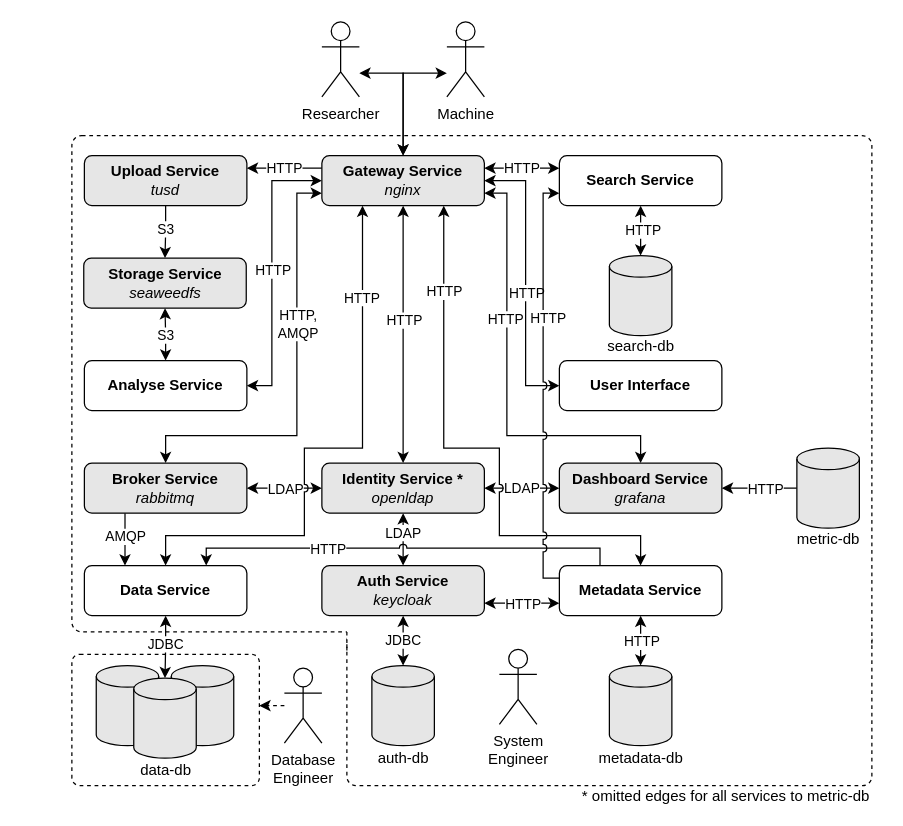
Above: page "docker-compose" (1 of 9) of .docs/images/architecture.drawio in DBRepo-Project/dbrepo (draw.io), before the change. Source tidied: cells renumbered, new cells numbered last; positions are measured from the earlier drawing's top-left corner, leaving out a move shared by most shapes. Both pictures are drawn from the tidied source at 125%, with x=0, y=0 at pixel (71, 21).
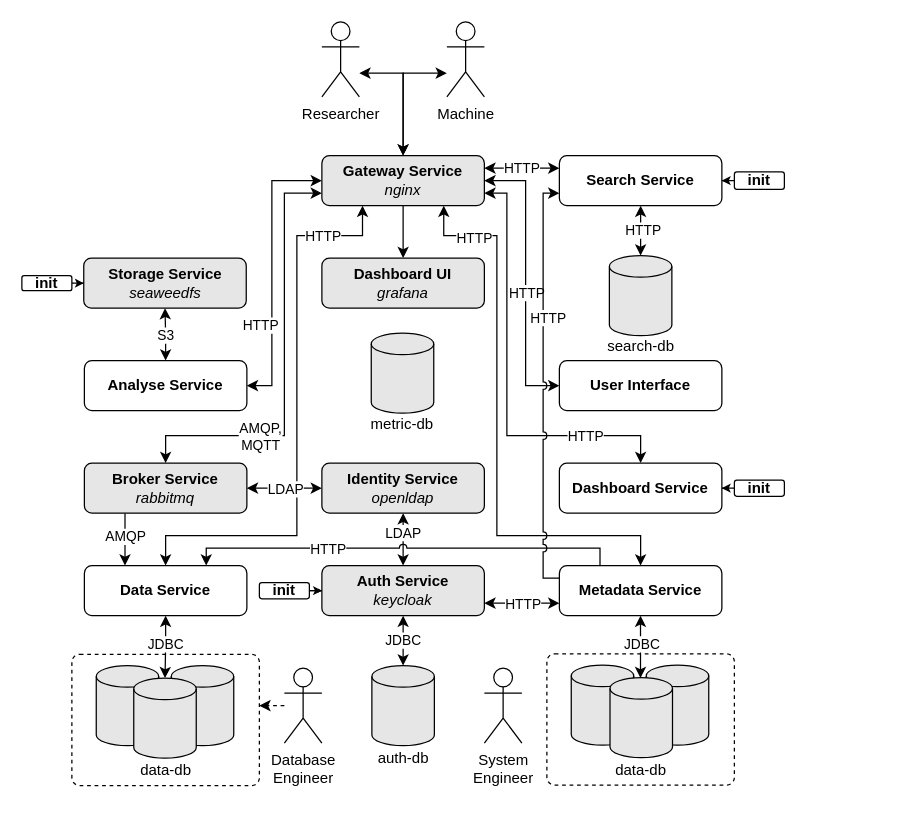
The same page after the edit.

The change refers to these unchanged cells:
```xml
<mxCell id="3" style="edgeStyle=orthogonalEdgeStyle;rounded=0;jettySize=auto;html=1;exitX=1;exitY=0.75;exitDx=0;exitDy=0;entryX=0.5;entryY=0;entryDx=0;entryDy=0;startArrow=classic;startFill=1;endArrow=classic;endFill=1;" parent="1" edge="1" source="45" target="34">
  <mxGeometry relative="1" as="geometry">
    <Array as="points">
      <mxPoint x="348" y="137" />
      <mxPoint x="348" y="331" />
      <mxPoint x="455" y="331" />
    </Array>
  </mxGeometry>
</mxCell>
<mxCell id="11" value="Data Service" style="rounded=1;whiteSpace=wrap;html=1;fontStyle=1;" parent="1" vertex="1">
  <mxGeometry x="10" y="435" width="130" height="40" as="geometry" />
</mxCell>
<mxCell id="18" value="&lt;b&gt;Broker Service&lt;/b&gt;&lt;div&gt;&lt;i&gt;rabbitmq&lt;/i&gt;&lt;/div&gt;" style="rounded=1;whiteSpace=wrap;html=1;fillColor=#E6E6E6;fontColor=#000000;strokeColor=#000000;" parent="1" vertex="1">
  <mxGeometry x="10" y="353" width="130" height="40" as="geometry" />
</mxCell>
<mxCell id="27" value="Metadata Service" style="rounded=1;whiteSpace=wrap;html=1;fontStyle=1;" parent="1" vertex="1">
  <mxGeometry x="390" y="435" width="130" height="40" as="geometry" />
</mxCell>
<mxCell id="43" style="edgeStyle=orthogonalEdgeStyle;rounded=0;jettySize=auto;html=1;exitX=0;exitY=0.5;exitDx=0;exitDy=0;entryX=1;entryY=0.5;entryDx=0;entryDy=0;startArrow=classic;startFill=1;" parent="1" edge="1" source="45" target="49">
  <mxGeometry relative="1" as="geometry">
    <Array as="points">
      <mxPoint x="160" y="127" />
      <mxPoint x="160" y="291" />
    </Array>
  </mxGeometry>
</mxCell>
<mxCell id="45" value="&lt;b&gt;Gateway Service&lt;/b&gt;&lt;div&gt;&lt;i&gt;nginx&lt;/i&gt;&lt;/div&gt;" style="rounded=1;whiteSpace=wrap;html=1;fillColor=#E6E6E6;fontColor=#000000;strokeColor=#000000;" parent="1" vertex="1">
  <mxGeometry x="200" y="107" width="130" height="40" as="geometry" />
</mxCell>
```

Diff of the diagram source:
```diff
@@
-    <mxCell id="2" style="rounded=1;whiteSpace=wrap;html=1;fillColor=none;dashed=1;arcSize=2;" parent="1" vertex="1">
-      <mxGeometry y="91" width="640" height="397" as="geometry" />
-    </mxCell>
+    <mxCell id="82" style="rounded=1;whiteSpace=wrap;html=1;fillColor=none;dashed=1;arcSize=6;" parent="1" vertex="1">
+      <mxGeometry x="380" y="505.6" width="150" height="105" as="geometry" />
+    </mxCell>
+    <mxCell id="23" style="edgeStyle=orthogonalEdgeStyle;rounded=0;jettySize=auto;html=1;exitX=0.5;exitY=0;exitDx=0;exitDy=0;entryX=0.75;entryY=1;entryDx=0;entryDy=0;jumpStyle=arc;startArrow=classic;startFill=1;" parent="1" edge="1" source="27" target="45">
+      <mxGeometry relative="1" as="geometry">
+        <Array as="points">
+          <mxPoint x="455" y="411" />
+          <mxPoint x="340" y="411" />
+          <mxPoint x="340" y="171" />
+          <mxPoint x="298" y="171" />
+        </Array>
+      </mxGeometry>
+    </mxCell>
+    <mxCell id="24" value="HTTP" style="edgeLabel;html=1;align=center;verticalAlign=middle;" parent="23" vertex="1">
+      <mxGeometry x="0.7" y="1" relative="1" as="geometry">
+        <mxPoint x="-19" as="offset" />
+      </mxGeometry>
+    </mxCell>
+    <mxCell id="69" style="edgeStyle=orthogonalEdgeStyle;rounded=0;jettySize=auto;html=1;exitX=0.5;exitY=0;exitDx=0;exitDy=0;entryX=0.25;entryY=1;entryDx=0;entryDy=0;jumpStyle=arc;startArrow=classic;startFill=1;" parent="1" edge="1" source="11" target="45">
+      <mxGeometry relative="1" as="geometry">
+        <Array as="points">
+          <mxPoint x="75" y="411" />
+          <mxPoint x="180" y="411" />
+          <mxPoint x="180" y="171" />
+          <mxPoint x="233" y="171" />
+        </Array>
+      </mxGeometry>
+    </mxCell>
+    <mxCell id="70" value="HTTP" style="edgeLabel;html=1;align=center;verticalAlign=middle;" parent="69" vertex="1">
+      <mxGeometry x="0.67" relative="1" as="geometry">
+        <mxPoint x="17" as="offset" />
+      </mxGeometry>
+    </mxCell>
@@
     <mxCell id="5" value="HTTP" style="edgeLabel;html=1;align=center;verticalAlign=middle;" parent="3" vertex="1">
       <mxGeometry x="-0.37" relative="1" as="geometry">
-        <mxPoint x="-2" y="11" as="offset" />
+        <mxPoint x="62" y="105" as="offset" />
       </mxGeometry>
     </mxCell>
-    <mxCell id="6" style="rounded=1;whiteSpace=wrap;html=1;fillColor=none;dashed=1;arcSize=6;" parent="1" vertex="1">
-      <mxGeometry x="220" y="488" width="420" height="123" as="geometry" />
-    </mxCell>
@@
     <mxCell id="16" style="edgeStyle=orthogonalEdgeStyle;rounded=0;jettySize=auto;html=1;exitX=0.5;exitY=0;exitDx=0;exitDy=0;entryX=0;entryY=0.75;entryDx=0;entryDy=0;startArrow=classic;startFill=1;" parent="1" edge="1" source="18" target="45">
       <mxGeometry relative="1" as="geometry">
         <Array as="points">
           <mxPoint x="75" y="331" />
-          <mxPoint x="180" y="331" />
-          <mxPoint x="180" y="137" />
+          <mxPoint x="170" y="331" />
+          <mxPoint x="170" y="137" />
         </Array>
       </mxGeometry>
     </mxCell>
-    <mxCell id="17" value="HTTP,&lt;div&gt;AMQP&lt;/div&gt;" style="edgeLabel;html=1;align=center;verticalAlign=middle;" parent="16" vertex="1">
+    <mxCell id="17" value="&lt;div&gt;AMQP,&lt;br&gt;MQTT&lt;/div&gt;" style="edgeLabel;html=1;align=center;verticalAlign=middle;" parent="16" vertex="1">
       <mxGeometry x="-0.18" y="2" relative="1" as="geometry">
-        <mxPoint x="2" y="-77" as="offset" />
+        <mxPoint x="-18" y="23" as="offset" />
       </mxGeometry>
     </mxCell>
@@
-    <mxCell id="19" value="LDAP" style="edgeStyle=orthogonalEdgeStyle;rounded=0;jettySize=auto;html=1;exitX=1;exitY=0.5;exitDx=0;exitDy=0;entryX=0;entryY=0.5;entryDx=0;entryDy=0;startArrow=classic;startFill=1;" parent="1" edge="1" source="22" target="34">
-      <mxGeometry relative="1" as="geometry" />
-    </mxCell>
-    <mxCell id="20" style="edgeStyle=orthogonalEdgeStyle;rounded=0;jettySize=auto;html=1;exitX=0.5;exitY=0;exitDx=0;exitDy=0;entryX=0.5;entryY=1;entryDx=0;entryDy=0;startArrow=classic;startFill=1;" parent="1" edge="1" source="22" target="45">
-      <mxGeometry relative="1" as="geometry" />
-    </mxCell>
-    <mxCell id="21" value="HTTP" style="edgeLabel;html=1;align=center;verticalAlign=middle;" parent="20" vertex="1">
-      <mxGeometry x="0.12" relative="1" as="geometry" />
-    </mxCell>
-    <mxCell id="22" value="&lt;b&gt;Identity Service *&lt;/b&gt;&lt;div&gt;&lt;i&gt;openldap&lt;/i&gt;&lt;/div&gt;" style="rounded=1;whiteSpace=wrap;html=1;fillColor=#E6E6E6;fontColor=#000000;strokeColor=#000000;" parent="1" vertex="1">
+    <mxCell id="22" value="&lt;b&gt;Identity Service&lt;/b&gt;&lt;div&gt;&lt;i&gt;openldap&lt;/i&gt;&lt;/div&gt;" style="rounded=1;whiteSpace=wrap;html=1;fillColor=#E6E6E6;fontColor=#000000;strokeColor=#000000;" parent="1" vertex="1">
       <mxGeometry x="200" y="353" width="130" height="40" as="geometry" />
     </mxCell>
-    <mxCell id="23" style="edgeStyle=orthogonalEdgeStyle;rounded=0;jettySize=auto;html=1;exitX=0.5;exitY=0;exitDx=0;exitDy=0;entryX=0.75;entryY=1;entryDx=0;entryDy=0;jumpStyle=arc;startArrow=classic;startFill=1;" parent="1" edge="1" source="27" target="45">
-      <mxGeometry relative="1" as="geometry">
-        <Array as="points">
-          <mxPoint x="455" y="411" />
-          <mxPoint x="342" y="411" />
-          <mxPoint x="342" y="341" />
-          <mxPoint x="297" y="341" />
-        </Array>
-      </mxGeometry>
-    </mxCell>
-    <mxCell id="24" value="HTTP" style="edgeLabel;html=1;align=center;verticalAlign=middle;" parent="23" vertex="1">
-      <mxGeometry x="0.7" y="1" relative="1" as="geometry">
-        <mxPoint x="1" y="2" as="offset" />
-      </mxGeometry>
-    </mxCell>
@@
-    <mxCell id="30" value="&lt;b&gt;Auth Service&lt;/b&gt;&lt;br&gt;&lt;i&gt;keycloak&lt;/i&gt;" style="rounded=1;whiteSpace=wrap;html=1;fillColor=#E6E6E6;fontColor=#000000;strokeColor=#000000;" parent="1" vertex="1">
-      <mxGeometry x="200" y="435" width="130" height="40" as="geometry" />
-    </mxCell>
-    <mxCell id="31" value="Search Service" style="rounded=1;whiteSpace=wrap;html=1;fontStyle=1;" parent="1" vertex="1">
-      <mxGeometry x="390" y="107" width="130" height="40" as="geometry" />
-    </mxCell>
@@
-    <mxCell id="34" value="&lt;b&gt;Dashboard Service&lt;/b&gt;&lt;div&gt;&lt;i&gt;grafana&lt;/i&gt;&lt;/div&gt;" style="rounded=1;whiteSpace=wrap;html=1;fillColor=#E6E6E6;fontColor=#000000;strokeColor=#000000;" parent="1" vertex="1">
-      <mxGeometry x="390" y="353" width="130" height="40" as="geometry" />
-    </mxCell>
-    <mxCell id="35" style="edgeStyle=orthogonalEdgeStyle;rounded=0;jettySize=auto;html=1;exitX=0.5;exitY=1;exitDx=0;exitDy=0;entryX=0.5;entryY=0;entryDx=0;entryDy=0;" parent="1" edge="1" source="50" target="46">
-      <mxGeometry relative="1" as="geometry" />
-    </mxCell>
-    <mxCell id="36" value="S3" style="edgeLabel;html=1;align=center;verticalAlign=middle;" parent="35" vertex="1">
-      <mxGeometry x="0.3" y="-3" relative="1" as="geometry">
-        <mxPoint x="3" y="-9" as="offset" />
-      </mxGeometry>
-    </mxCell>
@@
-    <mxCell id="39" style="shape=cylinder3;whiteSpace=wrap;html=1;boundedLbl=1;backgroundOutline=1;size=8.600000000000023;fillColor=#E6E6E6;strokeColor=#000000;" parent="1" vertex="1">
-      <mxGeometry x="430" y="515" width="50" height="64" as="geometry" />
-    </mxCell>
-    <mxCell id="40" value="metadata-db" style="text;html=1;strokeColor=none;fillColor=default;align=center;verticalAlign=middle;whiteSpace=wrap;rounded=0;spacing=-1;" parent="1" vertex="1">
-      <mxGeometry x="412.5" y="580" width="85" height="17" as="geometry" />
-    </mxCell>
@@
-    <mxCell id="42" value="HTTP" style="edgeStyle=orthogonalEdgeStyle;rounded=0;jettySize=auto;html=1;exitX=0;exitY=0.25;exitDx=0;exitDy=0;entryX=1;entryY=0.25;entryDx=0;entryDy=0;" parent="1" edge="1" source="45" target="50">
-      <mxGeometry relative="1" as="geometry">
-        <Array as="points">
-          <mxPoint x="170" y="117" />
-          <mxPoint x="170" y="117" />
-        </Array>
-      </mxGeometry>
-    </mxCell>
@@
     <mxCell id="44" value="HTTP" style="edgeLabel;html=1;align=center;verticalAlign=middle;" parent="43" vertex="1">
       <mxGeometry x="0.56" y="-1" relative="1" as="geometry">
-        <mxPoint x="1" y="-64" as="offset" />
+        <mxPoint x="-9" y="-20" as="offset" />
       </mxGeometry>
     </mxCell>
+    <mxCell id="83" style="edgeStyle=orthogonalEdgeStyle;rounded=0;jettySize=auto;html=1;exitX=0.5;exitY=1;exitDx=0;exitDy=0;entryX=0.5;entryY=0;entryDx=0;entryDy=0;" parent="1" edge="1" source="45" target="90">
+      <mxGeometry relative="1" as="geometry" />
+    </mxCell>
@@
-    <mxCell id="46" value="&lt;b&gt;Storage Service&lt;/b&gt;&lt;div&gt;&lt;i&gt;seaweedfs&lt;/i&gt;&lt;/div&gt;" style="rounded=1;whiteSpace=wrap;html=1;fillColor=#E6E6E6;fontColor=#000000;strokeColor=#000000;" parent="1" vertex="1">
-      <mxGeometry x="9.5" y="189" width="130" height="40" as="geometry" />
-    </mxCell>
@@
-    <mxCell id="50" value="&lt;b&gt;Upload Service&lt;/b&gt;&lt;div&gt;&lt;i&gt;tusd&lt;/i&gt;&lt;/div&gt;" style="rounded=1;whiteSpace=wrap;html=1;fillColor=#E6E6E6;fontColor=#000000;strokeColor=#000000;" parent="1" vertex="1">
-      <mxGeometry x="10" y="107" width="130" height="40" as="geometry" />
-    </mxCell>
@@
-    <mxCell id="56" style="rounded=0;whiteSpace=wrap;html=1;strokeColor=none;" parent="1" vertex="1">
-      <mxGeometry x="220" y="481" width="420" height="14" as="geometry" />
-    </mxCell>
-    <mxCell id="57" style="edgeStyle=orthogonalEdgeStyle;rounded=0;jettySize=auto;html=1;exitX=0.5;exitY=1;exitDx=0;exitDy=0;entryX=0.5;entryY=0;entryDx=0;entryDy=0;entryPerimeter=0;startArrow=classic;startFill=1;" parent="1" edge="1" source="27" target="39">
-      <mxGeometry relative="1" as="geometry" />
-    </mxCell>
-    <mxCell id="58" value="HTTP" style="edgeLabel;html=1;align=center;verticalAlign=middle;" parent="57" vertex="1">
-      <mxGeometry x="-0.02" y="-1" relative="1" as="geometry">
-        <mxPoint x="1" as="offset" />
-      </mxGeometry>
-    </mxCell>
@@
     <mxCell id="60" value="System&lt;div&gt;Engineer&lt;/div&gt;" style="shape=umlActor;verticalLabelPosition=bottom;verticalAlign=top;html=1;" parent="1" vertex="1">
-      <mxGeometry x="342" y="502" width="30" height="60" as="geometry" />
+      <mxGeometry x="330" y="517" width="30" height="60" as="geometry" />
     </mxCell>
@@
-    <mxCell id="69" style="edgeStyle=orthogonalEdgeStyle;rounded=0;jettySize=auto;html=1;exitX=0.5;exitY=0;exitDx=0;exitDy=0;entryX=0.25;entryY=1;entryDx=0;entryDy=0;jumpStyle=arc;startArrow=classic;startFill=1;" parent="1" edge="1" source="11" target="45">
-      <mxGeometry relative="1" as="geometry">
-        <Array as="points">
-          <mxPoint x="75" y="411" />
-          <mxPoint x="186" y="411" />
-          <mxPoint x="186" y="341" />
-          <mxPoint x="233" y="341" />
-        </Array>
-      </mxGeometry>
-    </mxCell>
-    <mxCell id="70" value="HTTP" style="edgeLabel;html=1;align=center;verticalAlign=middle;" parent="69" vertex="1">
-      <mxGeometry x="0.67" relative="1" as="geometry">
-        <mxPoint x="-1" as="offset" />
-      </mxGeometry>
-    </mxCell>
-    <mxCell id="71" style="endArrow=none;dashed=1;html=1;rounded=0;entryX=1;entryY=0.976;entryDx=0;entryDy=0;entryPerimeter=0;exitX=1;exitY=0.076;exitDx=0;exitDy=0;exitPerimeter=0;" parent="1" edge="1" source="6" target="2">
-      <mxGeometry relative="1" as="geometry" />
-    </mxCell>
-    <mxCell id="72" style="endArrow=none;dashed=1;html=1;rounded=0;entryX=0;entryY=0.5;entryDx=0;entryDy=0;exitX=0;exitY=0.121;exitDx=0;exitDy=0;exitPerimeter=0;" parent="1" edge="1" source="6" target="56">
-      <mxGeometry relative="1" as="geometry" />
-    </mxCell>
@@
-    <mxCell id="77" style="edgeStyle=orthogonalEdgeStyle;rounded=0;jettySize=auto;html=1;entryX=1;entryY=0.5;entryDx=0;entryDy=0;" parent="1" edge="1" source="79" target="34">
-      <mxGeometry relative="1" as="geometry" />
-    </mxCell>
-    <mxCell id="78" value="HTTP" style="edgeLabel;html=1;align=center;verticalAlign=middle;" parent="77" vertex="1">
-      <mxGeometry x="-0.12" relative="1" as="geometry" />
-    </mxCell>
     <mxCell id="79" style="shape=cylinder3;whiteSpace=wrap;html=1;boundedLbl=1;backgroundOutline=1;size=8.600000000000023;fillColor=#E6E6E6;strokeColor=#000000;" parent="1" vertex="1">
-      <mxGeometry x="580" y="341" width="50" height="64" as="geometry" />
+      <mxGeometry x="239.5" y="249" width="50" height="64" as="geometry" />
     </mxCell>
     <mxCell id="80" value="metric-db" style="text;html=1;strokeColor=none;fillColor=none;align=center;verticalAlign=middle;whiteSpace=wrap;rounded=0;spacing=-1;" parent="1" vertex="1">
-      <mxGeometry x="562.5" y="405" width="85" height="17" as="geometry" />
+      <mxGeometry x="222" y="313" width="85" height="17" as="geometry" />
     </mxCell>
-    <mxCell id="81" value="* omitted edges for all services to metric-db" style="text;html=1;align=center;verticalAlign=middle;whiteSpace=wrap;rounded=0;" parent="1" vertex="1">
-      <mxGeometry x="407" y="614" width="233" height="11" as="geometry" />
-    </mxCell>
+    <mxCell id="84" style="edgeStyle=orthogonalEdgeStyle;rounded=0;jettySize=auto;html=1;entryX=1;entryY=0.5;entryDx=0;entryDy=0;endSize=4;" parent="1" edge="1" source="85" target="31">
+      <mxGeometry relative="1" as="geometry" />
+    </mxCell>
+    <mxCell id="85" value="init" style="rounded=1;whiteSpace=wrap;html=1;fontStyle=1;" parent="1" vertex="1">
+      <mxGeometry x="530" y="120" width="40" height="14" as="geometry" />
+    </mxCell>
+    <mxCell id="86" style="edgeStyle=orthogonalEdgeStyle;rounded=0;jettySize=auto;html=1;entryX=1;entryY=0.5;entryDx=0;entryDy=0;endSize=4;" parent="1" edge="1" source="87" target="34">
+      <mxGeometry relative="1" as="geometry" />
+    </mxCell>
+    <mxCell id="87" value="init" style="rounded=1;whiteSpace=wrap;html=1;fontStyle=1;" parent="1" vertex="1">
+      <mxGeometry x="530" y="366.5" width="40" height="13" as="geometry" />
+    </mxCell>
+    <mxCell id="88" style="edgeStyle=orthogonalEdgeStyle;rounded=0;jettySize=auto;html=1;entryX=0;entryY=0.5;entryDx=0;entryDy=0;endSize=4;" parent="1" edge="1" source="89" target="46">
+      <mxGeometry relative="1" as="geometry" />
+    </mxCell>
+    <mxCell id="89" value="init" style="rounded=1;whiteSpace=wrap;html=1;fontStyle=1;" parent="1" vertex="1">
+      <mxGeometry x="-40" y="203" width="40" height="12" as="geometry" />
+    </mxCell>
+    <mxCell id="90" value="&lt;b&gt;Dashboard UI&lt;/b&gt;&lt;div&gt;&lt;i&gt;grafana&lt;/i&gt;&lt;/div&gt;" style="rounded=1;whiteSpace=wrap;html=1;fillColor=#E6E6E6;fontColor=#000000;strokeColor=#000000;" parent="1" vertex="1">
+      <mxGeometry x="200" y="189" width="130" height="40" as="geometry" />
+    </mxCell>
+    <mxCell id="91" style="edgeStyle=orthogonalEdgeStyle;rounded=0;jettySize=auto;html=1;entryX=0;entryY=0.5;entryDx=0;entryDy=0;endSize=4;" parent="1" edge="1" source="93" target="30">
+      <mxGeometry relative="1" as="geometry" />
+    </mxCell>
+    <mxCell id="92" style="edgeStyle=orthogonalEdgeStyle;rounded=0;jettySize=auto;html=1;endSize=0;startSize=0;jumpSize=3;" parent="1" edge="1" source="93" target="30">
+      <mxGeometry relative="1" as="geometry" />
+    </mxCell>
+    <mxCell id="93" value="init" style="rounded=1;whiteSpace=wrap;html=1;fontStyle=1;" parent="1" vertex="1">
+      <mxGeometry x="150" y="448.5" width="40" height="13" as="geometry" />
+    </mxCell>
+    <mxCell id="30" value="&lt;b&gt;Auth Service&lt;/b&gt;&lt;br&gt;&lt;i&gt;keycloak&lt;/i&gt;" style="rounded=1;whiteSpace=wrap;html=1;fillColor=#E6E6E6;fontColor=#000000;strokeColor=#000000;" parent="1" vertex="1">
+      <mxGeometry x="200" y="435" width="130" height="40" as="geometry" />
+    </mxCell>
+    <mxCell id="46" value="&lt;b&gt;Storage Service&lt;/b&gt;&lt;div&gt;&lt;i&gt;seaweedfs&lt;/i&gt;&lt;/div&gt;" style="rounded=1;whiteSpace=wrap;html=1;fillColor=#E6E6E6;fontColor=#000000;strokeColor=#000000;" parent="1" vertex="1">
+      <mxGeometry x="9.5" y="189" width="130" height="40" as="geometry" />
+    </mxCell>
+    <mxCell id="31" value="Search Service" style="rounded=1;whiteSpace=wrap;html=1;fontStyle=1;" parent="1" vertex="1">
+      <mxGeometry x="390" y="107" width="130" height="40" as="geometry" />
+    </mxCell>
+    <mxCell id="34" value="&lt;b&gt;Dashboard Service&lt;/b&gt;" style="rounded=1;whiteSpace=wrap;html=1;" parent="1" vertex="1">
+      <mxGeometry x="390" y="353" width="130" height="40" as="geometry" />
+    </mxCell>
+    <mxCell id="94" value="data-db" style="text;html=1;strokeColor=none;fillColor=none;align=center;verticalAlign=middle;whiteSpace=wrap;rounded=0;spacing=-1;" parent="1" vertex="1">
+      <mxGeometry x="412.5" y="588.6" width="85" height="20" as="geometry" />
+    </mxCell>
+    <mxCell id="95" style="shape=cylinder3;whiteSpace=wrap;html=1;boundedLbl=1;backgroundOutline=1;size=8.600000000000023;fillColor=#E6E6E6;strokeColor=#000000;" parent="1" vertex="1">
+      <mxGeometry x="399.5" y="514.6" width="50" height="64" as="geometry" />
+    </mxCell>
+    <mxCell id="96" style="shape=cylinder3;whiteSpace=wrap;html=1;boundedLbl=1;backgroundOutline=1;size=8.600000000000023;fillColor=#E6E6E6;strokeColor=#000000;" parent="1" vertex="1">
+      <mxGeometry x="459.5" y="514.6" width="50" height="64" as="geometry" />
+    </mxCell>
+    <mxCell id="97" style="shape=cylinder3;whiteSpace=wrap;html=1;boundedLbl=1;backgroundOutline=1;size=8.600000000000023;fillColor=#E6E6E6;strokeColor=#000000;" parent="1" vertex="1">
+      <mxGeometry x="430.5" y="524.6" width="50" height="64" as="geometry" />
+    </mxCell>
+    <mxCell id="98" style="edgeStyle=orthogonalEdgeStyle;rounded=0;orthogonalLoop=1;jettySize=auto;html=1;entryX=0.5;entryY=0;entryDx=0;entryDy=0;entryPerimeter=0;startArrow=classic;startFill=1;" parent="1" edge="1">
+      <mxGeometry relative="1" as="geometry">
+        <mxPoint x="454.9" y="475" as="sourcePoint" />
+        <mxPoint x="454.9" y="525" as="targetPoint" />
+      </mxGeometry>
+    </mxCell>
+    <mxCell id="99" value="JDBC" style="edgeLabel;html=1;align=center;verticalAlign=middle;" parent="98" vertex="1">
+      <mxGeometry x="0.36" relative="1" as="geometry">
+        <mxPoint x="1" y="-12" as="offset" />
+      </mxGeometry>
+    </mxCell>
```
